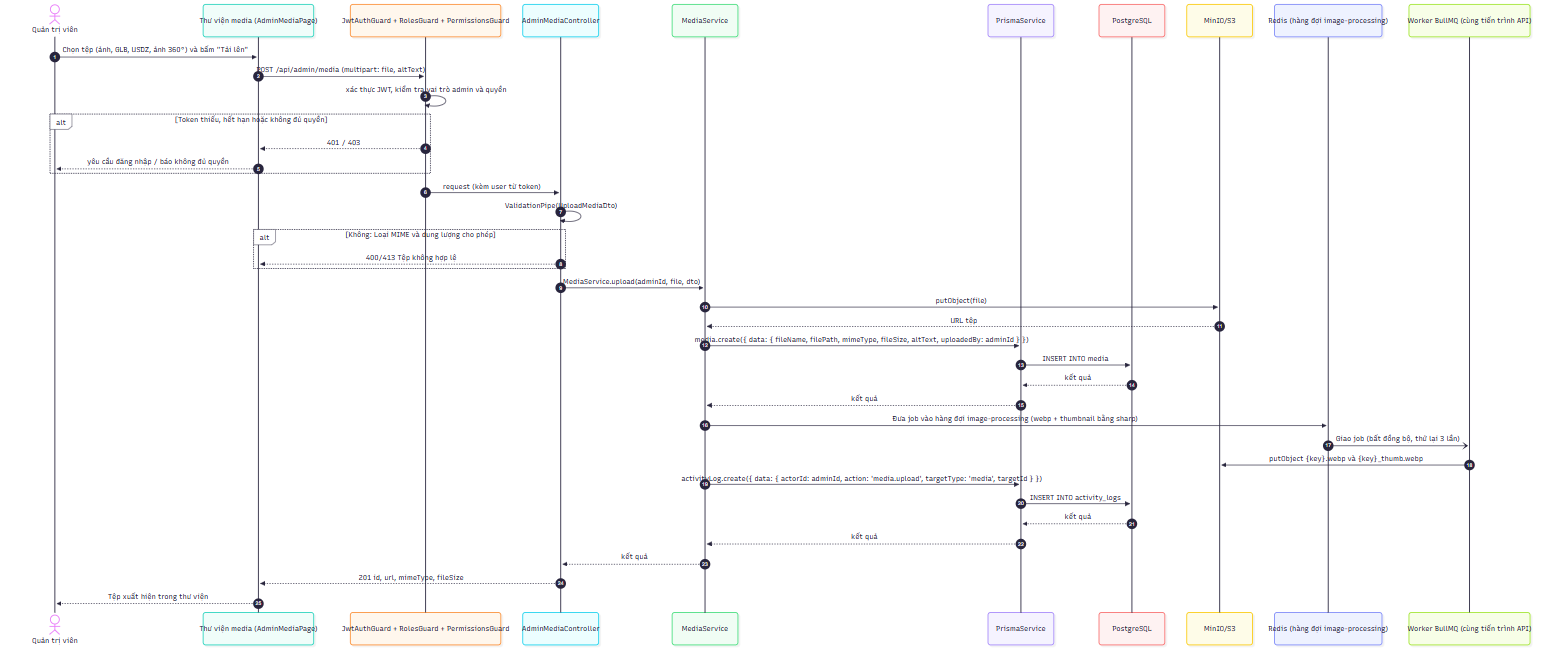
Above: docs/diagrams/png/sequence_UC-ADM-04_quan-ly-media-anh-tep.png in 2431540234-arch/XDUDTMDT (Mermaid), before the change. Its source is kept beside it as docs/diagrams/src/sequence_UC-ADM-04_quan-ly-media-anh-tep.mmd.
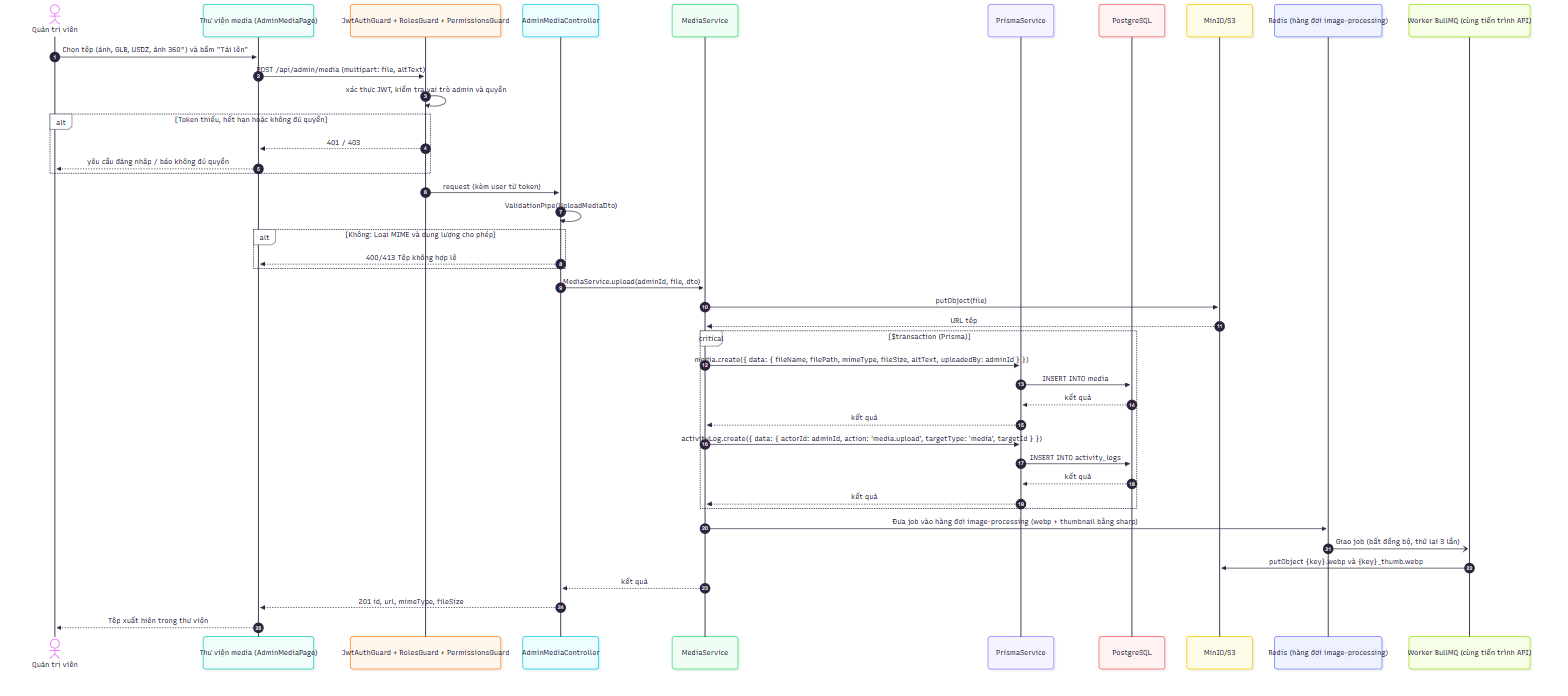
The same diagram one commit later.

What changed in the source:
```diff
@@ -25,17 +25,19 @@
     C->>S: MediaService.upload(adminId, file, dto)
     S->>X: putObject(file)
     X-->>S: URL tệp
-    S->>P: media.create({ data: { fileName, filePath, mimeType, fileSize, altText, uploadedBy: adminId } })
-    P->>D: INSERT INTO media
-    D-->>P: kết quả
-    P-->>S: kết quả
+    critical $transaction (Prisma)
+        S->>P: media.create({ data: { fileName, filePath, mimeType, fileSize, altText, uploadedBy: adminId } })
+        P->>D: INSERT INTO media
+        D-->>P: kết quả
+        P-->>S: kết quả
+        S->>P: activityLog.create({ data: { actorId: adminId, action: 'media.upload', targetType: 'media', targetId } })
+        P->>D: INSERT INTO activity_logs
+        D-->>P: kết quả
+        P-->>S: kết quả
+    end
     S->>Q: Đưa job vào hàng đợi image-processing (webp + thumbnail bằng sharp)
     Q-)W: Giao job (bất đồng bộ, thử lại 3 lần)
     W->>X: putObject {key}.webp và {key}_thumb.webp
-    S->>P: activityLog.create({ data: { actorId: adminId, action: 'media.upload', targetType: 'media', targetId } })
-    P->>D: INSERT INTO activity_logs
-    D-->>P: kết quả
-    P-->>S: kết quả
     S-->>C: kết quả
     C-->>FE: 201 id, url, mimeType, fileSize
     FE-->>A: Tệp xuất hiện trong thư viện
```
